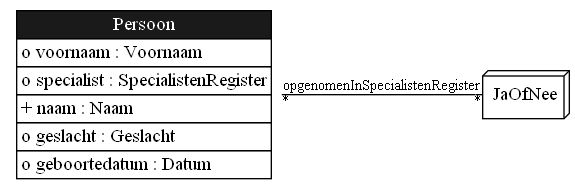
Above: docs/images/CDPatternSpecialisme.png in gedelaar/BIG (Graphviz), before the change. Its source is kept beside it as docs/images/CDPatternSpecialisme.gv. Source of this version:
```dot
digraph {
	graph [bgcolor=white,
		rankdir=LR
	];
	node [label="\N"];
	edge [fontsize=11,
		minlen=4
	];
	Persoon	[color=purple,
		label=<<TABLE BGCOLOR="white" COLOR="black" BORDER="0" CELLBORDER="1" CELLSPACING="0"><TR><TD BGCOLOR="gray10" COLOR="black"><FONT COLOR="white">Persoon</FONT></TD></TR><TR><TD ALIGN="LEFT" PORT="voornaam">o voornaam : Voornaam</TD></TR><TR><TD ALIGN="LEFT" PORT="specialist">o specialist : SpecialistenRegister</TD></TR><TR><TD ALIGN="LEFT" PORT="naam">+ naam : Naam</TD></TR><TR><TD ALIGN="LEFT" PORT="geslacht">o geslacht : Geslacht</TD></TR><TR><TD ALIGN="LEFT" PORT="geboortedatum">o geboortedatum : Datum</TD></TR></TABLE>>,
		shape=plaintext];
	JaOfNee	[label=JaOfNee,
		shape=box3d];
	Persoon:opgenomenInSpecialistenRegister -> JaOfNee	[arrowhead=onone,
		headlabel="*",
		label=opgenomenInSpecialistenRegister,
		labelfloat=true,
		taillabel="*"];
}
```
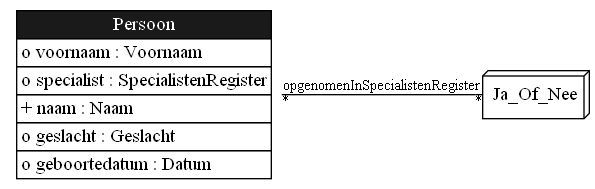
Above is the later version.

Change to the diagram source:
```diff
@@ -9,9 +9,9 @@
 	Persoon	[color=purple,
 		label=<<TABLE BGCOLOR="white" COLOR="black" BORDER="0" CELLBORDER="1" CELLSPACING="0"><TR><TD BGCOLOR="gray10" COLOR="black"><FONT COLOR="white">Persoon</FONT></TD></TR><TR><TD ALIGN="LEFT" PORT="voornaam">o voornaam : Voornaam</TD></TR><TR><TD ALIGN="LEFT" PORT="specialist">o specialist : SpecialistenRegister</TD></TR><TR><TD ALIGN="LEFT" PORT="naam">+ naam : Naam</TD></TR><TR><TD ALIGN="LEFT" PORT="geslacht">o geslacht : Geslacht</TD></TR><TR><TD ALIGN="LEFT" PORT="geboortedatum">o geboortedatum : Datum</TD></TR></TABLE>>,
 		shape=plaintext];
-	JaOfNee	[label=JaOfNee,
+	Ja_Of_Nee	[label=Ja_Of_Nee,
 		shape=box3d];
-	Persoon:opgenomenInSpecialistenRegister -> JaOfNee	[arrowhead=onone,
+	Persoon:opgenomenInSpecialistenRegister -> Ja_Of_Nee	[arrowhead=onone,
 		headlabel="*",
 		label=opgenomenInSpecialistenRegister,
 		labelfloat=true,
```
